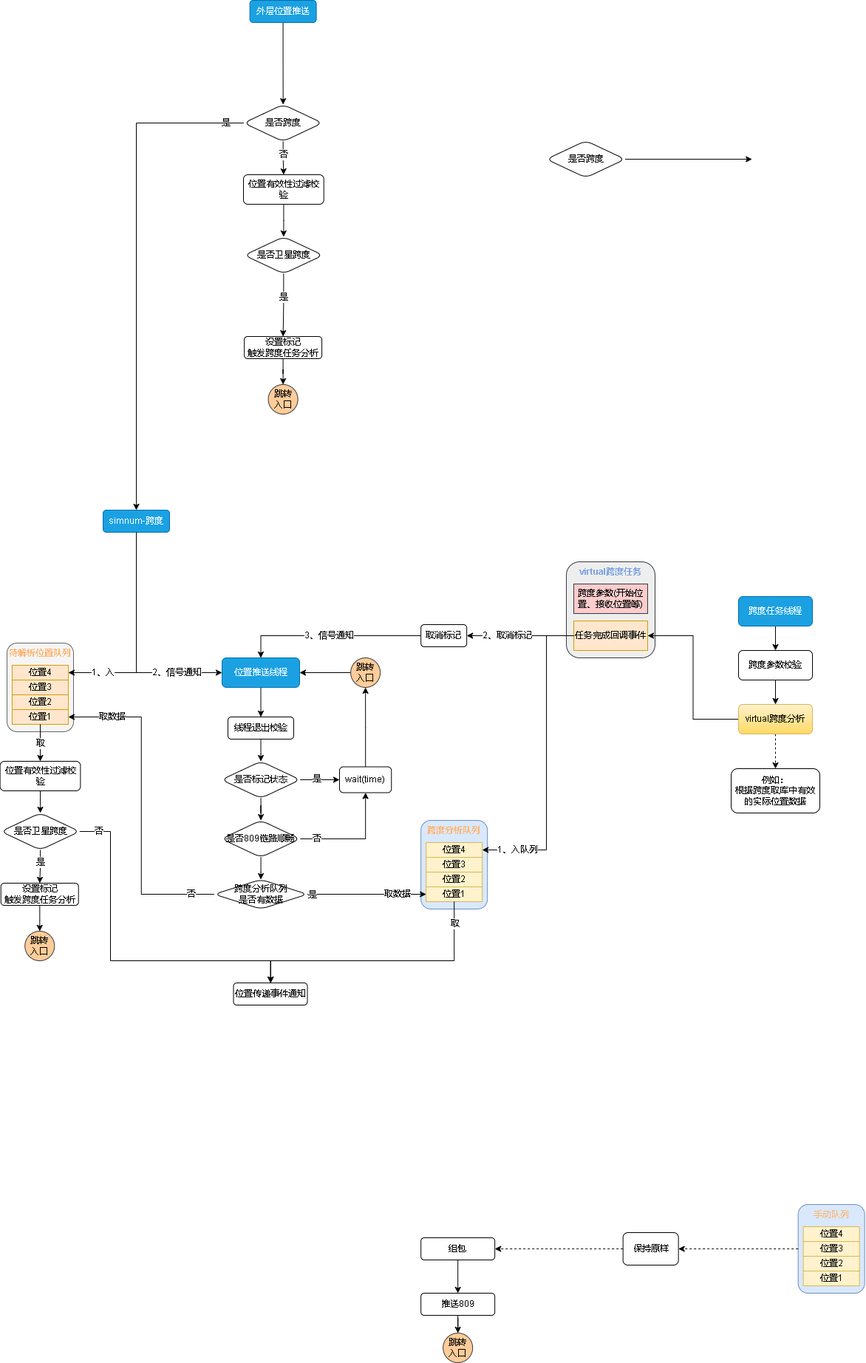
xktder/draw keeps this draw.io diagram as 809数据跨度.drawio.png. Above is the earlier version. Source tidied: cells renumbered, new cells last; positions are measured from the earlier drawing's top-left corner, leaving out a move shared by most shapes.
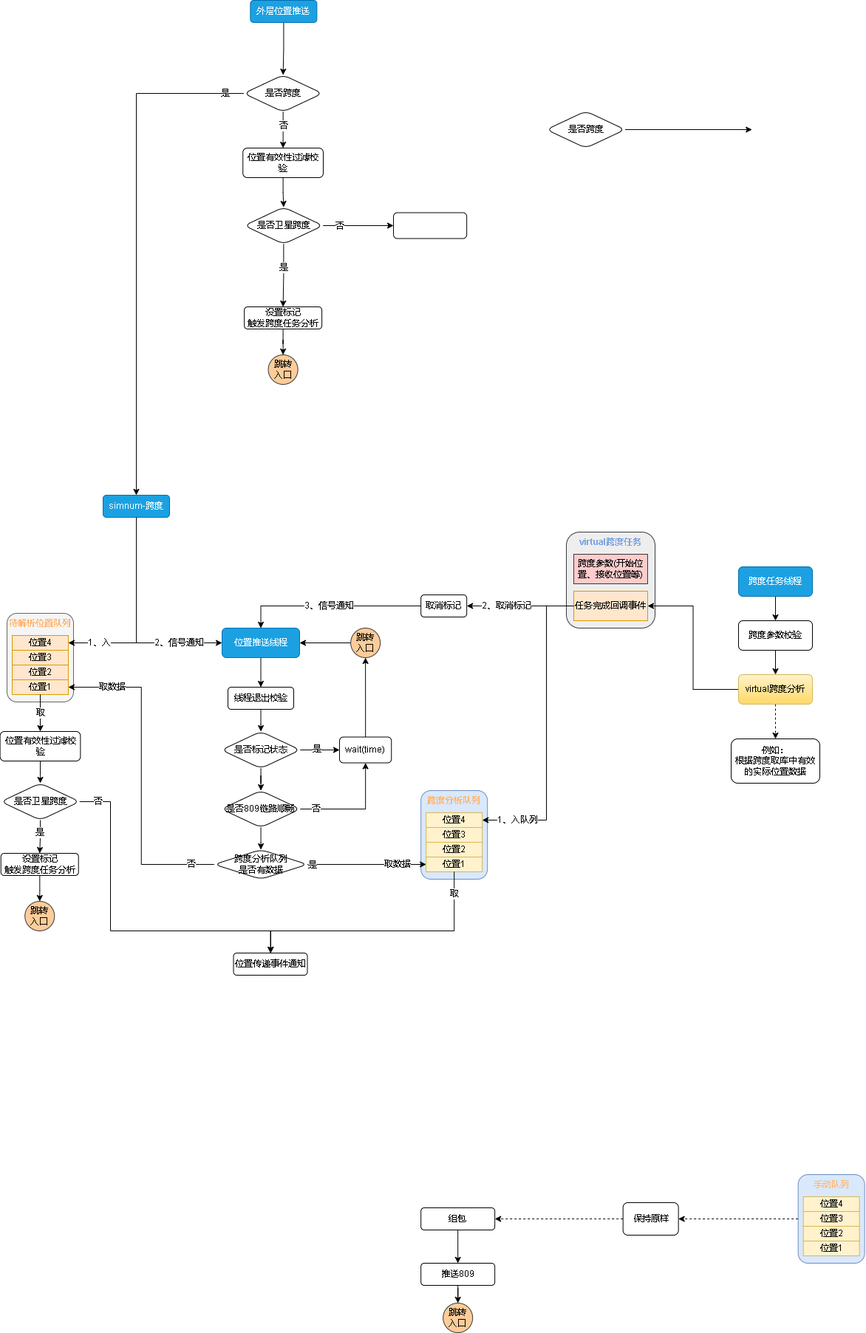
After the commit.

Commit message:
更新809数据跨度.drawio.png

What changed in the source:
```diff
@@ -16,7 +16,7 @@
       </mxGeometry>
     </mxCell>
     <mxCell id="4" value="simnum-跨度" style="rounded=1;whiteSpace=wrap;html=1;fillColor=#1ba1e2;fontColor=#ffffff;strokeColor=#006EAF;" parent="1" vertex="1">
-      <mxGeometry x="139" y="690" width="90" height="30" as="geometry" />
+      <mxGeometry x="139" y="710" width="90" height="30" as="geometry" />
     </mxCell>
     <mxCell id="5" style="group;" parent="1" vertex="1">
       <mxGeometry x="9" y="870" width="90" height="120" as="geometry" />
@@ -317,7 +317,7 @@
       <mxGeometry relative="1" as="geometry" />
     </mxCell>
     <mxCell id="91" value="外层位置推送" style="rounded=1;whiteSpace=wrap;html=1;fillColor=#1ba1e2;fontColor=#ffffff;strokeColor=#006EAF;" parent="1" vertex="1">
-      <mxGeometry x="337.6" width="90" height="30" as="geometry" />
+      <mxGeometry x="338.4" y="40" width="90" height="30" as="geometry" />
     </mxCell>
     <mxCell id="92" style="edgeStyle=orthogonalEdgeStyle;rounded=0;jettySize=auto;html=1;fontColor=#7EA6E0;" parent="1" edge="1" source="93">
       <mxGeometry relative="1" as="geometry">
@@ -331,7 +331,7 @@
       <mxGeometry relative="1" as="geometry" />
     </mxCell>
     <mxCell id="95" value="位置有效性过滤校验" style="rounded=1;whiteSpace=wrap;html=1;fontFamily=Helvetica;fontSize=12;fontColor=default;align=center;strokeColor=default;fillColor=default;" parent="1" vertex="1">
-      <mxGeometry x="329" y="236" width="108.8" height="40" as="geometry" />
+      <mxGeometry x="328.2" y="240" width="108.8" height="40" as="geometry" />
     </mxCell>
     <mxCell id="96" style="edgeStyle=orthogonalEdgeStyle;rounded=0;jettySize=auto;html=1;fontColor=#000000;entryX=0.5;entryY=0;entryDx=0;entryDy=0;" parent="1" edge="1" source="98" target="100">
       <mxGeometry relative="1" as="geometry" />
@@ -339,6 +339,14 @@
     <mxCell id="97" value="是" style="edgeLabel;html=1;align=center;verticalAlign=middle;fontColor=#000000;" parent="96" vertex="1">
       <mxGeometry x="-0.26" y="-1" relative="1" as="geometry" />
     </mxCell>
+    <mxCell id="107" style="edgeStyle=orthogonalEdgeStyle;rounded=0;jettySize=auto;html=1;fontColor=#000000;" parent="1" edge="1" source="98" target="109">
+      <mxGeometry relative="1" as="geometry" />
+    </mxCell>
+    <mxCell id="108" value="否" style="edgeLabel;html=1;align=center;verticalAlign=middle;fontColor=#000000;" parent="107" vertex="1">
+      <mxGeometry x="-0.73" y="-1" relative="1" as="geometry">
+        <mxPoint x="9" as="offset" />
+      </mxGeometry>
+    </mxCell>
     <mxCell id="98" value="是否卫星跨度" style="rhombus;whiteSpace=wrap;html=1;fontColor=#000000;rounded=1;" parent="1" vertex="1">
       <mxGeometry x="330.1" y="320" width="106.5" height="50" as="geometry" />
     </mxCell>
@@ -368,5 +376,8 @@
     <mxCell id="106" value="是否跨度" style="rhombus;whiteSpace=wrap;html=1;fontColor=#000000;rounded=1;" parent="1" vertex="1">
       <mxGeometry x="329.4" y="141" width="106.5" height="50" as="geometry" />
     </mxCell>
+    <mxCell id="109" style="whiteSpace=wrap;html=1;fontColor=#000000;rounded=1;" parent="1" vertex="1">
+      <mxGeometry x="532" y="327.5" width="99.1" height="35" as="geometry" />
+    </mxCell>
   </root>
 </mxGraphModel>
```
